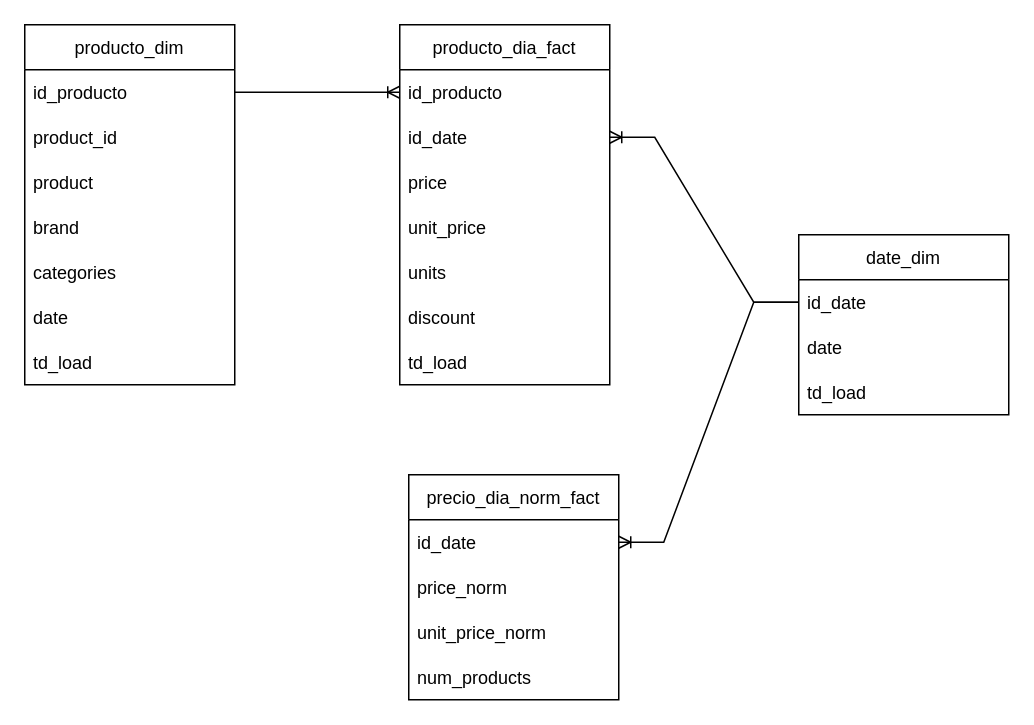
The draw.io diagram page "Base de datos" (2 of 2) of doc/Diseño Técnico.drawio in cperezh/FoodECommerceScraper, before the edit. Source tidied: cells renumbered, new cells numbered last; positions are measured from the earlier drawing's top-left corner, leaving out a move shared by most shapes. Both pictures are drawn from the tidied source at 150%, with x=0, y=0 at pixel (24, 24).
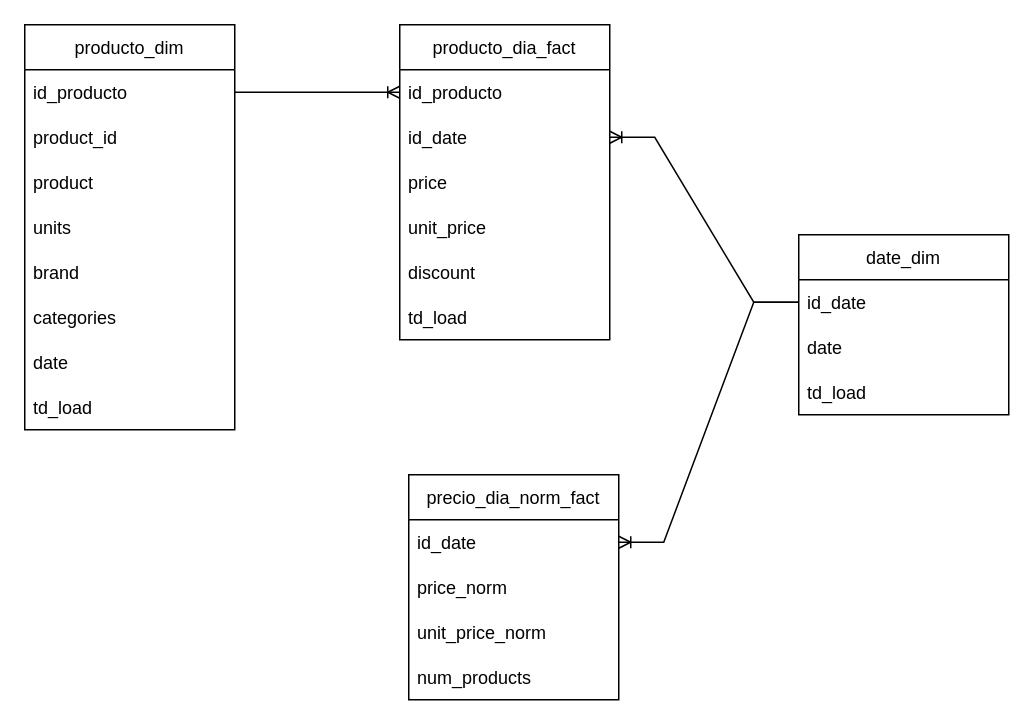
After the change.

What changed in the source:
```diff
@@
     <mxCell id="2" value="producto_dim" style="swimlane;fontStyle=0;horizontal=1;startSize=30;" parent="1" vertex="1">
-      <mxGeometry width="140" height="240" as="geometry" />
+      <mxGeometry width="140" height="270" as="geometry" />
     </mxCell>
@@
+    <mxCell id="19" value="units" style="text;strokeColor=none;fillColor=none;align=left;verticalAlign=middle;spacingLeft=4;spacingRight=4;overflow=hidden;" parent="2" vertex="1">
+      <mxGeometry y="120" width="140" height="30" as="geometry" />
+    </mxCell>
     <mxCell id="6" value="brand" style="text;strokeColor=none;fillColor=none;align=left;verticalAlign=middle;spacingLeft=4;spacingRight=4;overflow=hidden;" parent="2" vertex="1">
-      <mxGeometry y="120" width="140" height="30" as="geometry" />
+      <mxGeometry y="150" width="140" height="30" as="geometry" />
     </mxCell>
     <mxCell id="7" value="categories" style="text;strokeColor=none;fillColor=none;align=left;verticalAlign=middle;spacingLeft=4;spacingRight=4;overflow=hidden;" parent="2" vertex="1">
-      <mxGeometry y="150" width="140" height="30" as="geometry" />
+      <mxGeometry y="180" width="140" height="30" as="geometry" />
     </mxCell>
     <mxCell id="8" value="date" style="text;strokeColor=none;fillColor=none;align=left;verticalAlign=middle;spacingLeft=4;spacingRight=4;overflow=hidden;" parent="2" vertex="1">
-      <mxGeometry y="180" width="140" height="30" as="geometry" />
+      <mxGeometry y="210" width="140" height="30" as="geometry" />
     </mxCell>
     <mxCell id="9" value="td_load" style="text;strokeColor=none;fillColor=none;align=left;verticalAlign=middle;spacingLeft=4;spacingRight=4;overflow=hidden;" parent="2" vertex="1">
-      <mxGeometry y="210" width="140" height="30" as="geometry" />
+      <mxGeometry y="240" width="140" height="30" as="geometry" />
     </mxCell>
@@
     <mxCell id="14" value="producto_dia_fact" style="swimlane;fontStyle=0;horizontal=1;startSize=30;" parent="1" vertex="1">
-      <mxGeometry x="250" width="140" height="240" as="geometry" />
+      <mxGeometry x="250" width="140" height="210" as="geometry" />
     </mxCell>
@@
-    <mxCell id="19" value="units" style="text;strokeColor=none;fillColor=none;align=left;verticalAlign=middle;spacingLeft=4;spacingRight=4;overflow=hidden;" parent="14" vertex="1">
-      <mxGeometry y="150" width="140" height="30" as="geometry" />
-    </mxCell>
     <mxCell id="20" value="discount" style="text;strokeColor=none;fillColor=none;align=left;verticalAlign=middle;spacingLeft=4;spacingRight=4;overflow=hidden;" parent="14" vertex="1">
-      <mxGeometry y="180" width="140" height="30" as="geometry" />
+      <mxGeometry y="150" width="140" height="30" as="geometry" />
     </mxCell>
     <mxCell id="21" value="td_load" style="text;strokeColor=none;fillColor=none;align=left;verticalAlign=middle;spacingLeft=4;spacingRight=4;overflow=hidden;" parent="14" vertex="1">
-      <mxGeometry y="210" width="140" height="30" as="geometry" />
+      <mxGeometry y="180" width="140" height="30" as="geometry" />
     </mxCell>
```
